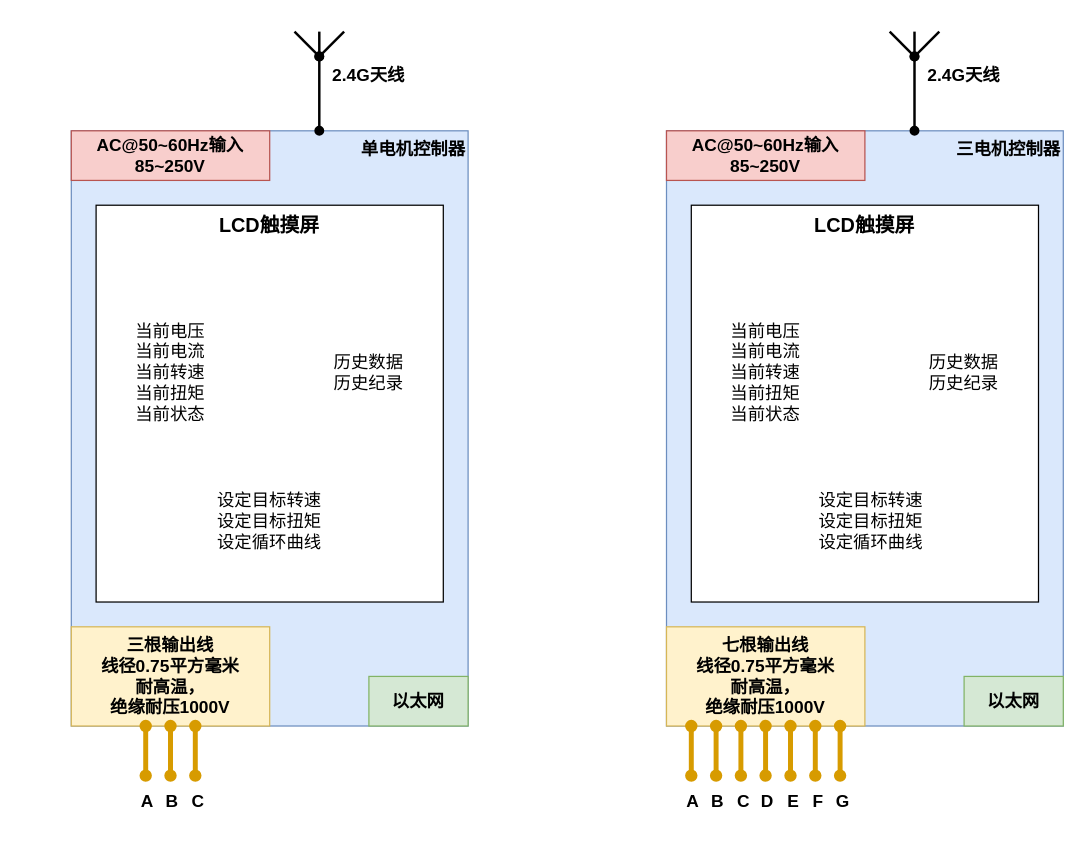
This is jakdraw3.drawio from FeO2081/soft, a draw.io file, before an edit. Source tidied: cells renumbered, new cells numbered last; positions are measured from the earlier drawing's top-left corner, leaving out a move shared by most shapes. Both pictures are drawn from the tidied source at 124%, with x=0, y=0 at pixel (71, 31).
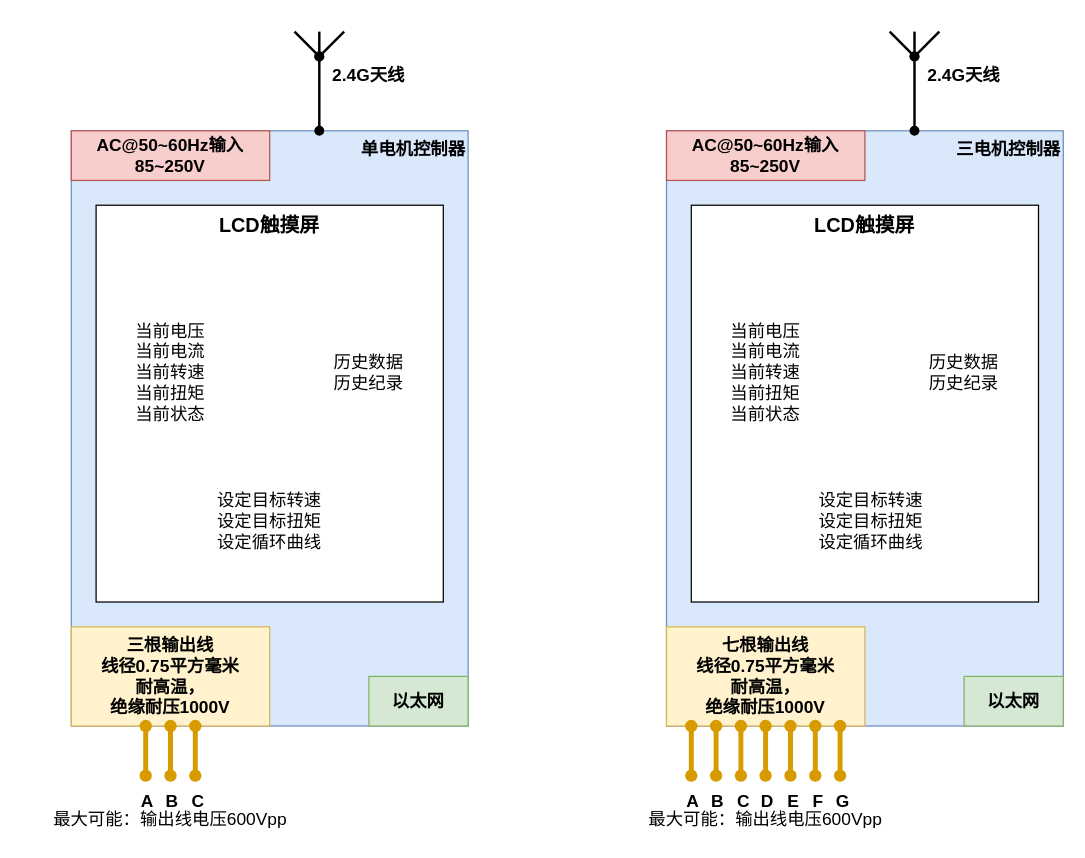
The same page after the edit.

What changed in the source:
```diff
@@
+    <mxCell id="46" value="最大可能：输出线电压600Vpp" style="text;html=1;whiteSpace=wrap;strokeColor=none;fillColor=none;align=center;verticalAlign=middle;rounded=0;fontSize=14;" parent="1" vertex="1">
+      <mxGeometry x="-40" y="620" width="240" height="30" as="geometry" />
+    </mxCell>
+    <mxCell id="47" value="最大可能：输出线电压600Vpp" style="text;html=1;whiteSpace=wrap;strokeColor=none;fillColor=none;align=center;verticalAlign=middle;rounded=0;fontSize=14;" parent="1" vertex="1">
+      <mxGeometry x="440" y="620" width="240" height="30" as="geometry" />
+    </mxCell>
```
